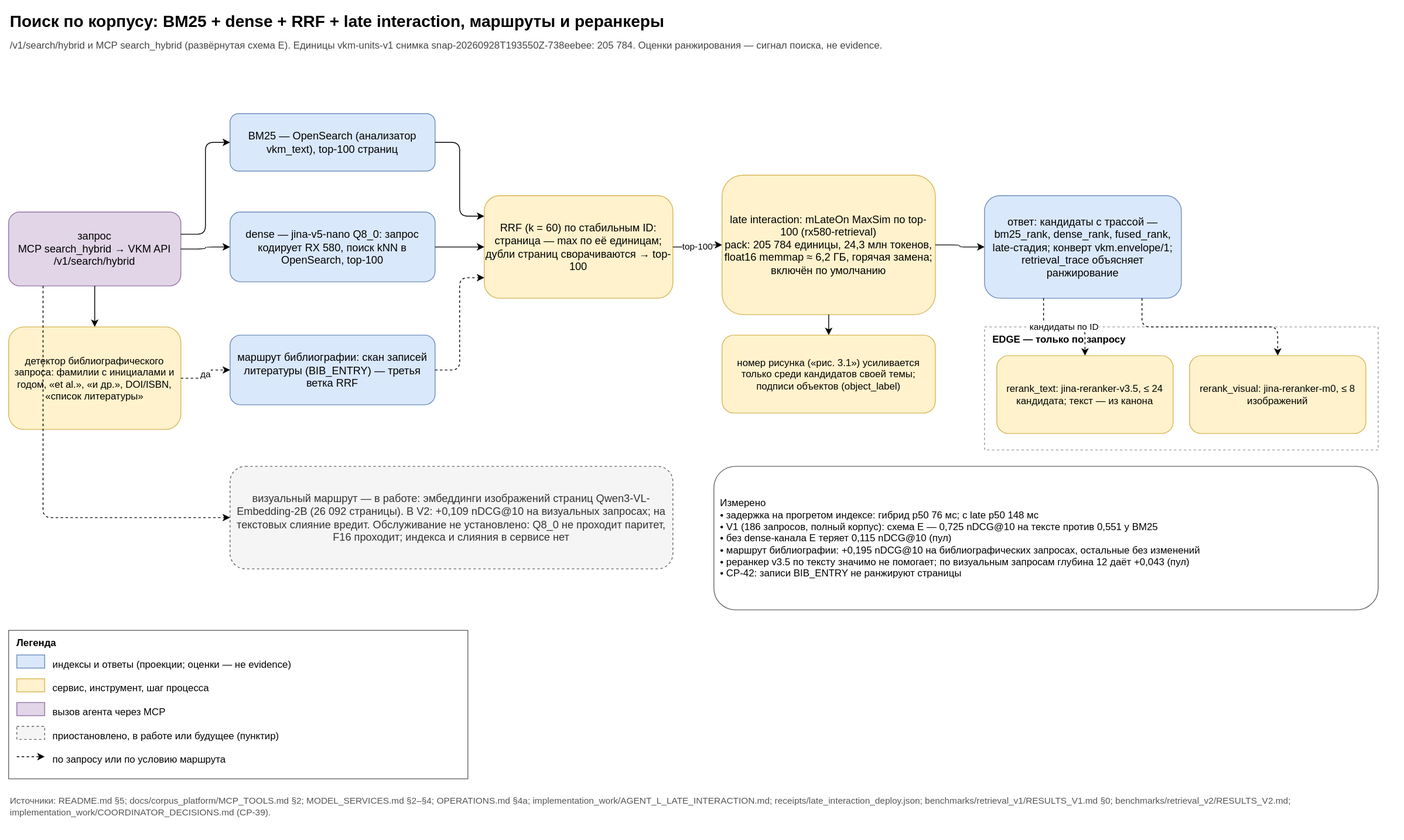
This is docs/diagrams/hybrid_search.svg from SUKUNA-AI/vkm-subsidence-forecasting, a draw.io export, as it was before one commit. Source tidied: cells renumbered, new cells last; positions are measured from the earlier drawing's top-left corner, leaving out a move shared by most shapes.
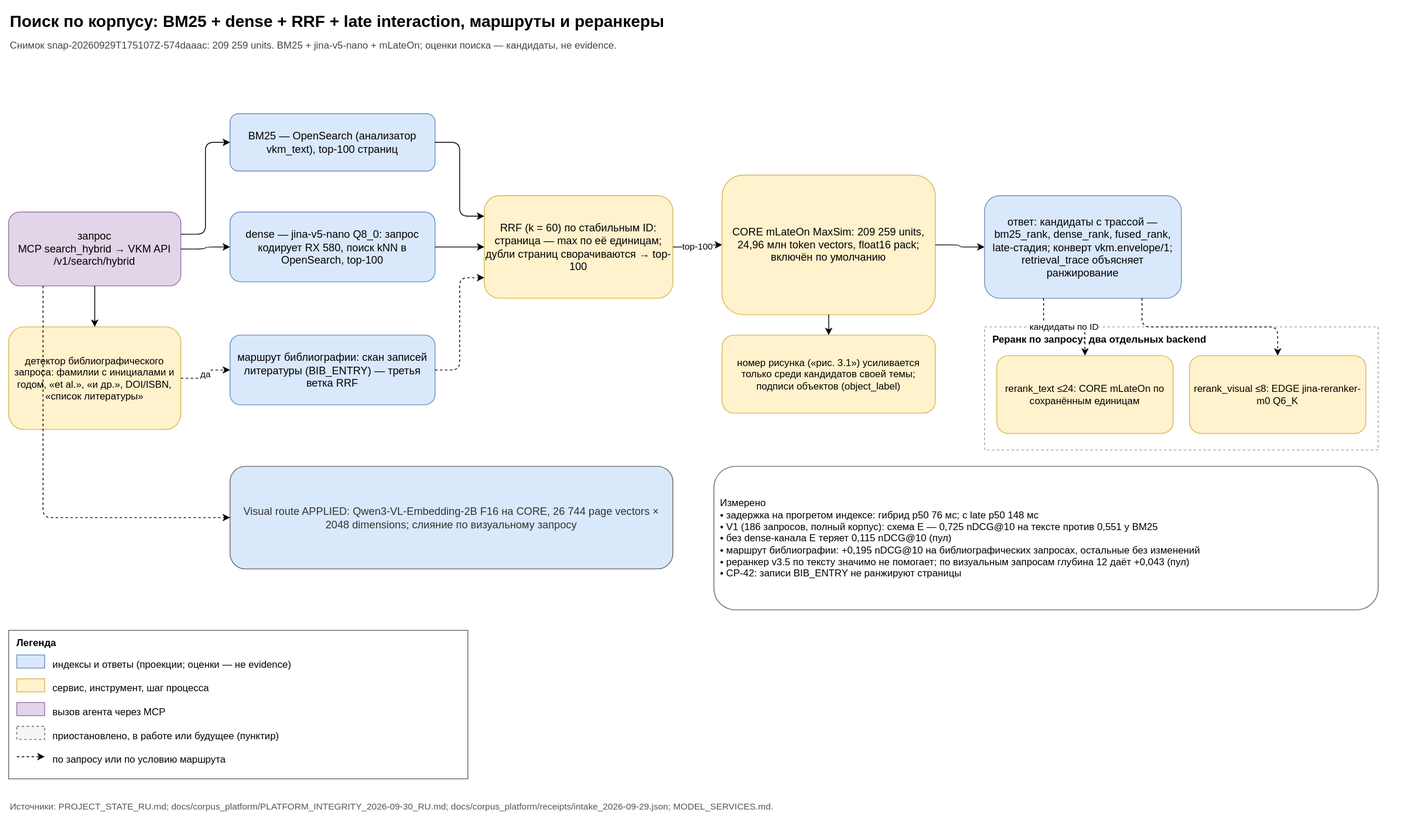
The same file after the commit.

The edit, as a diff of the source:
```diff
@@ -5,7 +5,7 @@
     <mxCell id="2" value="Поиск по корпусу: BM25 + dense + RRF + late interaction, маршруты и реранкеры" style="text;align=left;fontSize=20;fontStyle=1;html=1;verticalAlign=middle;whiteSpace=wrap;" parent="1" vertex="1">
       <mxGeometry width="1680" height="30" as="geometry" />
     </mxCell>
-    <mxCell id="3" value="/v1/search/hybrid и MCP search_hybrid (развёрнутая схема E). Единицы vkm-units-v1 снимка snap-20260928T193550Z-738eebee: 205 784. Оценки ранжирования — сигнал поиска, не evidence." style="text;align=left;fontColor=#444444;fontSize=12;html=1;verticalAlign=middle;whiteSpace=wrap;" parent="1" vertex="1">
+    <mxCell id="3" value="Снимок snap-20260929T175107Z-574daaac: 209 259 units. BM25 + jina-v5-nano + mLateOn; оценки поиска — кандидаты, не evidence." style="text;align=left;fontColor=#444444;fontSize=12;html=1;verticalAlign=middle;whiteSpace=wrap;" parent="1" vertex="1">
       <mxGeometry y="32" width="1680" height="25" as="geometry" />
     </mxCell>
     <mxCell id="4" value="запрос&lt;br&gt;MCP search_hybrid → VKM API /v1/search/hybrid" style="fillColor=#e1d5e7;fontSize=13;html=1;rounded=1;strokeColor=#9673a6;whiteSpace=wrap;" parent="1" vertex="1">
@@ -26,7 +26,7 @@
     <mxCell id="9" value="RRF (k = 60) по стабильным ID: страница — max по её единицам; дубли страниц сворачиваются → top-100" style="fillColor=#fff2cc;fontSize=13;html=1;rounded=1;strokeColor=#d6b656;whiteSpace=wrap;" parent="1" vertex="1">
       <mxGeometry x="580" y="228" width="230" height="125" as="geometry" />
     </mxCell>
-    <mxCell id="10" value="late interaction: mLateOn MaxSim по top-100 (rx580-retrieval)&lt;br&gt;pack: 205 784 единицы, 24,3 млн токенов, float16 memmap ≈ 6,2 ГБ, горячая замена; включён по умолчанию" style="fillColor=#fff2cc;fontSize=13;html=1;rounded=1;strokeColor=#d6b656;whiteSpace=wrap;" parent="1" vertex="1">
+    <mxCell id="10" value="CORE mLateOn MaxSim: 209 259 units, 24,96 млн token vectors, float16 pack; включён по умолчанию" style="fillColor=#fff2cc;fontSize=13;html=1;rounded=1;strokeColor=#d6b656;whiteSpace=wrap;" parent="1" vertex="1">
       <mxGeometry x="870" y="203" width="260" height="170" as="geometry" />
     </mxCell>
     <mxCell id="11" value="номер рисунка («рис. 3.1») усиливается только среди кандидатов своей темы; подписи объектов (object_label)" style="fillColor=#fff2cc;fontSize=12;html=1;rounded=1;strokeColor=#d6b656;whiteSpace=wrap;" parent="1" vertex="1">
@@ -35,16 +35,16 @@
     <mxCell id="12" value="ответ: кандидаты с трассой — bm25_rank, dense_rank, fused_rank, late-стадия; конверт vkm.envelope/1; retrieval_trace объясняет ранжирование" style="fillColor=#dae8fc;fontSize=13;html=1;rounded=1;strokeColor=#6c8ebf;whiteSpace=wrap;" parent="1" vertex="1">
       <mxGeometry x="1190" y="228" width="240" height="125" as="geometry" />
     </mxCell>
-    <mxCell id="13" value="EDGE — только по запросу" style="align=left;dashed=1;fillColor=none;fontSize=12;fontStyle=1;html=1;rounded=0;spacingLeft=8;spacingTop=2;strokeColor=#999999;verticalAlign=top;whiteSpace=wrap;" parent="1" vertex="1">
+    <mxCell id="13" value="Реранк по запросу: два отдельных backend" style="align=left;dashed=1;fillColor=none;fontSize=12;fontStyle=1;html=1;rounded=0;spacingLeft=8;spacingTop=2;strokeColor=#999999;verticalAlign=top;whiteSpace=wrap;" parent="1" vertex="1">
       <mxGeometry x="1190" y="388" width="480" height="150" as="geometry" />
     </mxCell>
-    <mxCell id="14" value="rerank_text: jina-reranker-v3.5, ≤ 24 кандидата; текст — из канона" style="fillColor=#fff2cc;fontSize=12;html=1;rounded=1;strokeColor=#d6b656;whiteSpace=wrap;" parent="13" vertex="1">
+    <mxCell id="14" value="rerank_text ≤24: CORE mLateOn по сохранённым единицам" style="fillColor=#fff2cc;fontSize=12;html=1;rounded=1;strokeColor=#d6b656;whiteSpace=wrap;" parent="13" vertex="1">
       <mxGeometry x="15" y="35" width="215" height="95" as="geometry" />
     </mxCell>
-    <mxCell id="15" value="rerank_visual: jina-reranker-m0, ≤ 8 изображений" style="fillColor=#fff2cc;fontSize=12;html=1;rounded=1;strokeColor=#d6b656;whiteSpace=wrap;" parent="13" vertex="1">
+    <mxCell id="15" value="rerank_visual ≤8: EDGE jina-reranker-m0 Q6_K" style="fillColor=#fff2cc;fontSize=12;html=1;rounded=1;strokeColor=#d6b656;whiteSpace=wrap;" parent="13" vertex="1">
       <mxGeometry x="250" y="35" width="215" height="95" as="geometry" />
     </mxCell>
-    <mxCell id="16" value="визуальный маршрут — в работе: эмбеддинги изображений страниц Qwen3-VL-Embedding-2B (26 092 страницы). В V2: +0,109 nDCG@10 на визуальных запросах; на текстовых слияние вредит. Обслуживание не установлено: Q8_0 не проходит паритет, F16 проходит; индекса и слияния в сервисе нет" style="dashed=1;fillColor=#f5f5f5;fontColor=#333333;fontSize=13;html=1;rounded=1;strokeColor=#666666;whiteSpace=wrap;" parent="1" vertex="1">
+    <mxCell id="16" value="Visual route APPLIED: Qwen3-VL-Embedding-2B F16 на CORE, 26 744 page vectors × 2048 dimensions; слияние по визуальному запросу" style="dashed=0;fillColor=#dae8fc;fontColor=#333333;fontSize=13;html=1;rounded=1;strokeColor=#666666;whiteSpace=wrap;" parent="1" vertex="1">
       <mxGeometry x="270" y="558" width="540" height="125" as="geometry" />
     </mxCell>
     <mxCell id="17" value="Измерено&lt;br&gt;• задержка на прогретом индексе: гибрид p50 76 мс; с late p50 148 мс&lt;br&gt;• V1 (186 запросов, полный корпус): схема E — 0,725 nDCG@10 на тексте против 0,551 у BM25&lt;br&gt;• без dense-канала E теряет 0,115 nDCG@10 (пул)&lt;br&gt;• маршрут библиографии: +0,195 nDCG@10 на библиографических запросах, остальные без изменений&lt;br&gt;• реранкер v3.5 по тексту значимо не помогает; по визуальным запросам глубина 12 даёт +0,043 (пул)&lt;br&gt;• CP-42: записи BIB_ENTRY не ранжируют страницы" style="align=left;fillColor=#ffffff;fontSize=12;html=1;rounded=1;spacingLeft=6;spacingRight=4;strokeColor=#666666;whiteSpace=wrap;" parent="1" vertex="1">
@@ -86,7 +86,7 @@
     <mxCell id="29" value="по запросу или по условию маршрута" style="text;align=left;fontSize=12;html=1;verticalAlign=top;whiteSpace=wrap;" parent="18" vertex="1">
       <mxGeometry x="52" y="144" width="500" height="25" as="geometry" />
     </mxCell>
-    <mxCell id="30" value="Источники: README.md §5; docs/corpus_platform/MCP_TOOLS.md §2; MODEL_SERVICES.md §2–§4; OPERATIONS.md §4a; implementation_work/AGENT_L_LATE_INTERACTION.md; receipts/late_interaction_deploy.json; benchmarks/retrieval_v1/RESULTS_V1.md §0; benchmarks/retrieval_v2/RESULTS_V2.md; implementation_work/COORDINATOR_DECISIONS.md (CP-39)." style="text;align=left;fontColor=#555555;fontSize=11;html=1;verticalAlign=middle;whiteSpace=wrap;" parent="1" vertex="1">
+    <mxCell id="30" value="Источники: PROJECT_STATE_RU.md; docs/corpus_platform/PLATFORM_INTEGRITY_2026-09-30_RU.md; docs/corpus_platform/receipts/intake_2026-09-29.json; MODEL_SERVICES.md." style="text;align=left;fontColor=#555555;fontSize=11;html=1;verticalAlign=middle;whiteSpace=wrap;" parent="1" vertex="1">
       <mxGeometry y="953" width="1680" height="40" as="geometry" />
     </mxCell>
     <mxCell id="31" style="edgeStyle=orthogonalEdgeStyle;endArrow=classic;entryDx=0;entryDy=0;entryX=0;entryY=0.5;exitDx=0;exitDy=0;exitX=1;exitY=0.3;fontSize=11;html=1;labelBackgroundColor=#ffffff;rounded=1;" parent="1" edge="1" source="4" target="6">
```
